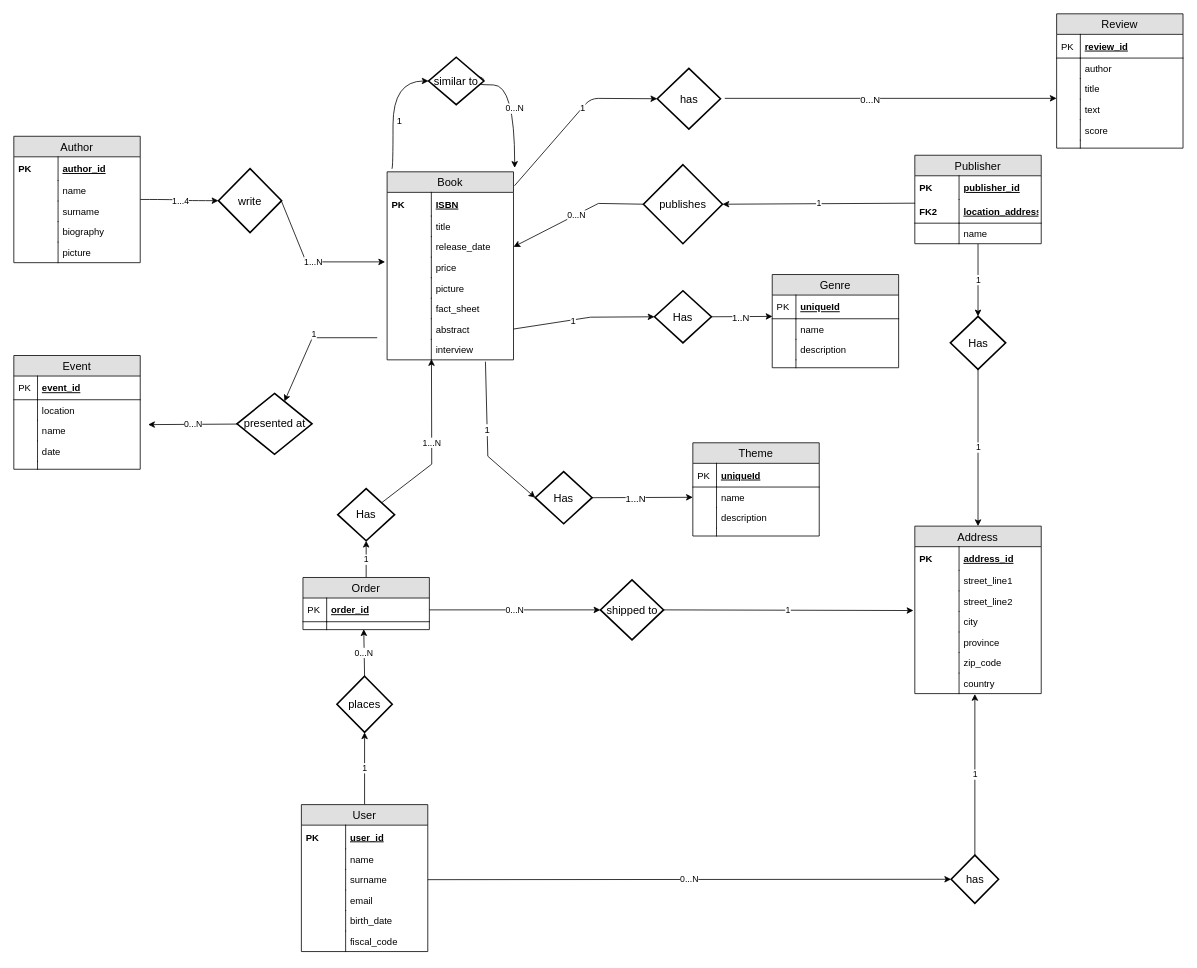
Before: other/er_diagram/ER.drawio in malta895/hypermedia-project, a draw.io diagram. Source tidied: cells renumbered, new cells numbered last; positions are measured from the earlier drawing's top-left corner, leaving out a move shared by most shapes. Both pictures are drawn from the tidied source at 79%, with x=0, y=0 at pixel (13, 13).
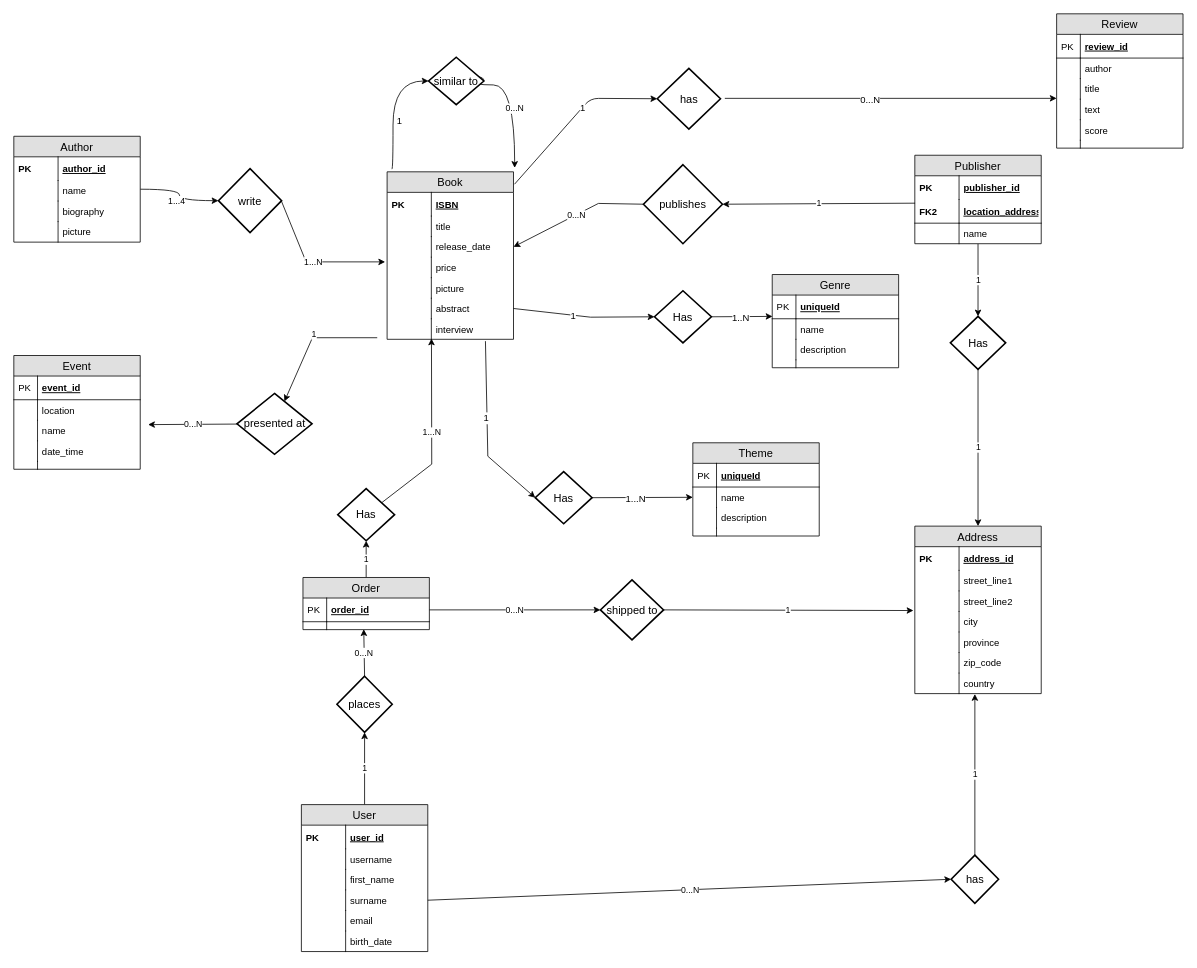
The same page after the edit.

Unchanged cells that the change refers to:
```xml
<mxCell id="26" value="User" style="swimlane;fontStyle=0;horizontal=1;startSize=26;fillColor=#e0e0e0;swimlaneFillColor=#ffffff;align=center;fontSize=14;" parent="1" vertex="1">
  <mxGeometry x="364" y="1001" width="160" height="186" as="geometry" />
</mxCell>
<mxCell id="69" value="Event" style="swimlane;fontStyle=0;horizontal=1;startSize=26;fillColor=#e0e0e0;swimlaneFillColor=#ffffff;align=center;fontSize=14;" parent="1" vertex="1">
  <mxGeometry y="432.5" width="160" height="144" as="geometry" />
</mxCell>
```

What changed in the source:
```diff
@@
+    <mxCell id="155" value="username" style="shape=partialRectangle;top=0;left=0;right=0;bottom=0;align=left;verticalAlign=top;fillColor=none;spacingLeft=60;spacingRight=4;overflow=hidden;fontSize=12;" parent="26" vertex="1">
+      <mxGeometry y="56" width="160" height="26" as="geometry" />
+    </mxCell>
+    <mxCell id="156" style="shape=partialRectangle;top=0;left=0;bottom=0;fillColor=none;align=left;verticalAlign=top;spacingLeft=4;spacingRight=4;overflow=hidden;fontSize=12;" parent="155" vertex="1">
+      <mxGeometry width="56" height="26" as="geometry" />
+    </mxCell>
-    <mxCell id="29" value="name" style="shape=partialRectangle;top=0;left=0;right=0;bottom=0;align=left;verticalAlign=top;fillColor=none;spacingLeft=60;spacingRight=4;overflow=hidden;fontSize=12;" parent="26" vertex="1">
-      <mxGeometry y="56" width="160" height="26" as="geometry" />
+    <mxCell id="29" value="first_name" style="shape=partialRectangle;top=0;left=0;right=0;bottom=0;align=left;verticalAlign=top;fillColor=none;spacingLeft=60;spacingRight=4;overflow=hidden;fontSize=12;" parent="26" vertex="1">
+      <mxGeometry y="82" width="160" height="26" as="geometry" />
     </mxCell>
@@
     <mxCell id="31" value="surname" style="shape=partialRectangle;top=0;left=0;right=0;bottom=0;align=left;verticalAlign=top;fillColor=none;spacingLeft=60;spacingRight=4;overflow=hidden;points=[[0,0.5],[1,0.5]];portConstraint=eastwest;fontSize=12;" parent="26" vertex="1">
-      <mxGeometry y="82" width="160" height="26" as="geometry" />
+      <mxGeometry y="108" width="160" height="26" as="geometry" />
     </mxCell>
@@
     <mxCell id="33" value="email" style="shape=partialRectangle;top=0;left=0;right=0;bottom=0;align=left;verticalAlign=top;fillColor=none;spacingLeft=60;spacingRight=4;overflow=hidden;fontSize=12;" parent="26" vertex="1">
-      <mxGeometry y="108" width="160" height="26" as="geometry" />
+      <mxGeometry y="134" width="160" height="26" as="geometry" />
     </mxCell>
@@
     <mxCell id="35" value="birth_date" style="shape=partialRectangle;top=0;left=0;right=0;bottom=0;align=left;verticalAlign=top;fillColor=none;spacingLeft=60;spacingRight=4;overflow=hidden;fontSize=12;" parent="26" vertex="1">
-      <mxGeometry y="134" width="160" height="26" as="geometry" />
+      <mxGeometry y="160" width="160" height="26" as="geometry" />
     </mxCell>
@@
-    <mxCell id="37" value="fiscal_code" style="shape=partialRectangle;top=0;left=0;right=0;bottom=0;align=left;verticalAlign=top;fillColor=none;spacingLeft=60;spacingRight=4;overflow=hidden;fontSize=12;" parent="26" vertex="1">
-      <mxGeometry y="160" width="160" height="26" as="geometry" />
-    </mxCell>
-    <mxCell id="38" style="shape=partialRectangle;top=0;left=0;bottom=0;fillColor=none;align=left;verticalAlign=top;spacingLeft=4;spacingRight=4;overflow=hidden;fontSize=12;" parent="37" vertex="1">
-      <mxGeometry width="56" height="26" as="geometry" />
-    </mxCell>
@@
     <mxCell id="40" value="Book" style="swimlane;fontStyle=0;horizontal=1;startSize=26;fillColor=#e0e0e0;swimlaneFillColor=#ffffff;align=center;fontSize=14;" parent="1" vertex="1">
-      <mxGeometry x="472.5" y="200" width="160" height="238" as="geometry" />
+      <mxGeometry x="472.5" y="200" width="160" height="212" as="geometry" />
     </mxCell>
@@
-    <mxCell id="51" value="fact_sheet" style="shape=partialRectangle;top=0;left=0;right=0;bottom=0;align=left;verticalAlign=top;fillColor=none;spacingLeft=60;spacingRight=4;overflow=hidden;fontSize=12;" parent="40" vertex="1">
-      <mxGeometry y="160" width="160" height="26" as="geometry" />
-    </mxCell>
-    <mxCell id="52" style="shape=partialRectangle;top=0;left=0;bottom=0;fillColor=none;align=left;verticalAlign=top;spacingLeft=4;spacingRight=4;overflow=hidden;fontSize=12;" parent="51" vertex="1">
-      <mxGeometry width="56" height="26" as="geometry" />
-    </mxCell>
     <mxCell id="53" value="abstract" style="shape=partialRectangle;top=0;left=0;right=0;bottom=0;align=left;verticalAlign=top;fillColor=none;spacingLeft=60;spacingRight=4;overflow=hidden;points=[[0,0.5],[1,0.5]];portConstraint=eastwest;fontSize=12;" parent="40" vertex="1">
-      <mxGeometry y="186" width="160" height="26" as="geometry" />
+      <mxGeometry y="160" width="160" height="26" as="geometry" />
     </mxCell>
@@
     <mxCell id="55" value="interview" style="shape=partialRectangle;top=0;left=0;right=0;bottom=0;align=left;verticalAlign=top;fillColor=none;spacingLeft=60;spacingRight=4;overflow=hidden;points=[[0,0.5],[1,0.5]];portConstraint=eastwest;fontSize=12;" parent="40" vertex="1">
-      <mxGeometry y="212" width="160" height="26" as="geometry" />
+      <mxGeometry y="186" width="160" height="26" as="geometry" />
     </mxCell>
@@
     <mxCell id="58" value="Author" style="swimlane;fontStyle=0;horizontal=1;startSize=26;fillColor=#e0e0e0;swimlaneFillColor=#ffffff;align=center;fontSize=14;" parent="1" vertex="1">
-      <mxGeometry y="155" width="160" height="160" as="geometry" />
+      <mxGeometry y="155" width="160" height="134" as="geometry" />
     </mxCell>
@@
-    <mxCell id="63" value="surname" style="shape=partialRectangle;top=0;left=0;right=0;bottom=0;align=left;verticalAlign=top;fillColor=none;spacingLeft=60;spacingRight=4;overflow=hidden;fontSize=12;" parent="58" vertex="1">
-      <mxGeometry y="82" width="160" height="26" as="geometry" />
-    </mxCell>
-    <mxCell id="64" style="shape=partialRectangle;top=0;left=0;bottom=0;fillColor=none;align=left;verticalAlign=top;spacingLeft=4;spacingRight=4;overflow=hidden;fontSize=12;" parent="63" vertex="1">
-      <mxGeometry width="56" height="26" as="geometry" />
-    </mxCell>
     <mxCell id="65" value="biography" style="shape=partialRectangle;top=0;left=0;right=0;bottom=0;align=left;verticalAlign=top;fillColor=none;spacingLeft=60;spacingRight=4;overflow=hidden;fontSize=12;" parent="58" vertex="1">
-      <mxGeometry y="108" width="160" height="26" as="geometry" />
+      <mxGeometry y="82" width="160" height="26" as="geometry" />
     </mxCell>
@@
     <mxCell id="67" value="picture" style="shape=partialRectangle;top=0;left=0;right=0;bottom=0;align=left;verticalAlign=top;fillColor=none;spacingLeft=60;spacingRight=4;overflow=hidden;fontSize=12;" parent="58" vertex="1">
-      <mxGeometry y="134" width="160" height="26" as="geometry" />
+      <mxGeometry y="108" width="160" height="26" as="geometry" />
     </mxCell>
@@
-    <mxCell id="76" value="date" style="shape=partialRectangle;top=0;left=0;right=0;bottom=0;align=left;verticalAlign=top;fillColor=none;spacingLeft=34;spacingRight=4;overflow=hidden;fontSize=12;" parent="69" vertex="1">
+    <mxCell id="76" value="date_time&#10;&#10;" style="shape=partialRectangle;top=0;left=0;right=0;bottom=0;align=left;verticalAlign=top;fillColor=none;spacingLeft=34;spacingRight=4;overflow=hidden;fontSize=12;" parent="69" vertex="1">
       <mxGeometry y="108" width="160" height="26" as="geometry" />
     </mxCell>
```
